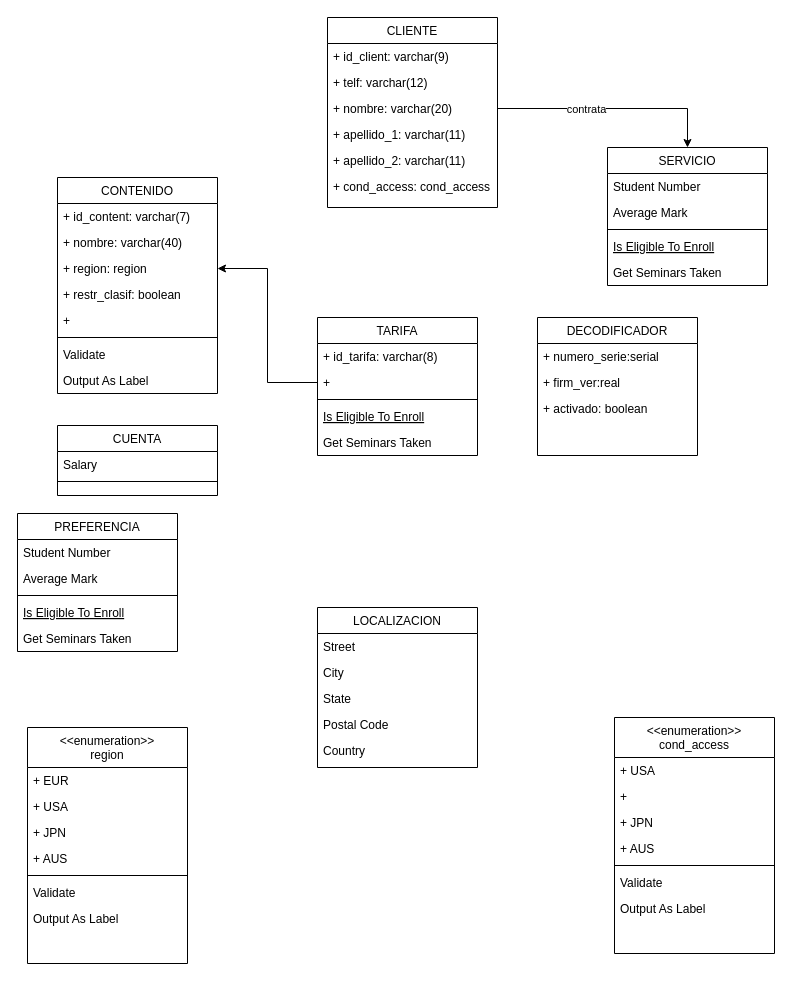
This is PROYECTO1.drawio from NyanCat6886/BasesDeDatosETSITGC, a draw.io file, before an edit. Source tidied: cells renumbered, new cells numbered last; positions are measured from the earlier drawing's top-left corner, leaving out a move shared by most shapes. Both pictures are drawn from the tidied source at 100%, with x=0, y=0 at pixel (17, 17).
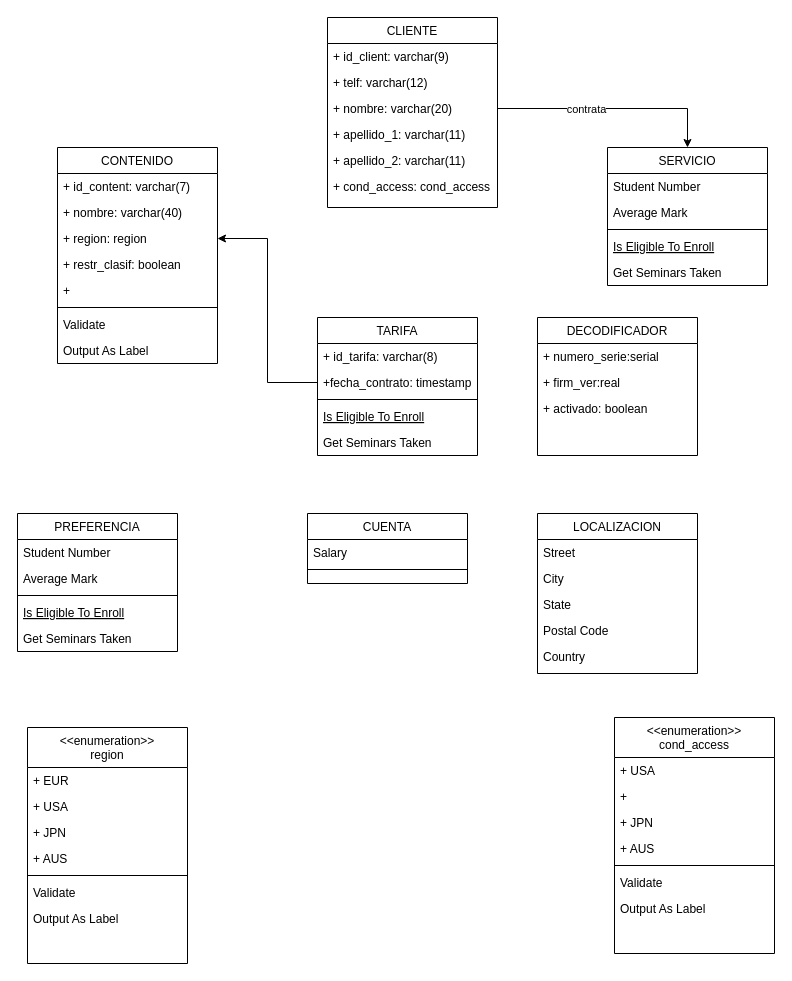
The same diagram, later.

Unchanged cells that the change refers to:
```xml
<mxCell id="38" value="TARIFA" style="swimlane;fontStyle=0;align=center;verticalAlign=top;horizontal=1;startSize=26;rounded=0;shadow=0;strokeWidth=1;" parent="1" vertex="1">
  <mxGeometry x="300" y="300" width="160" height="138" as="geometry" />
</mxCell>
```

Diff of the diagram source:
```diff
@@
     <mxCell id="16" value="CUENTA" style="swimlane;fontStyle=0;align=center;verticalAlign=top;horizontal=1;startSize=26;rounded=0;shadow=0;strokeWidth=1;" parent="1" vertex="1">
-      <mxGeometry x="40" y="408" width="160" height="70" as="geometry" />
+      <mxGeometry x="290" y="496" width="160" height="70" as="geometry" />
     </mxCell>
@@
     <mxCell id="19" value="CONTENIDO " style="swimlane;fontStyle=0;align=center;verticalAlign=top;horizontal=1;startSize=26;rounded=0;shadow=0;strokeWidth=1;" parent="1" vertex="1">
-      <mxGeometry x="40" y="160" width="160" height="216" as="geometry" />
+      <mxGeometry x="40" y="130" width="160" height="216" as="geometry" />
     </mxCell>
@@
-    <mxCell id="40" value="+ " style="text;align=left;verticalAlign=top;spacingLeft=4;spacingRight=4;overflow=hidden;points=[[0,0.5],[1,0.5]];portConstraint=eastwest;rounded=0;shadow=0;html=0;" parent="38" vertex="1">
+    <mxCell id="40" value="+fecha_contrato: timestamp" style="text;align=left;verticalAlign=top;spacingLeft=4;spacingRight=4;overflow=hidden;points=[[0,0.5],[1,0.5]];portConstraint=eastwest;rounded=0;shadow=0;html=0;" parent="38" vertex="1">
       <mxGeometry y="52" width="160" height="26" as="geometry" />
     </mxCell>
@@
     <mxCell id="44" value="LOCALIZACION" style="swimlane;fontStyle=0;align=center;verticalAlign=top;horizontal=1;startSize=26;rounded=0;shadow=0;strokeWidth=1;" parent="1" vertex="1">
-      <mxGeometry x="300" y="590" width="160" height="160" as="geometry" />
+      <mxGeometry x="520" y="496" width="160" height="160" as="geometry" />
     </mxCell>
```
